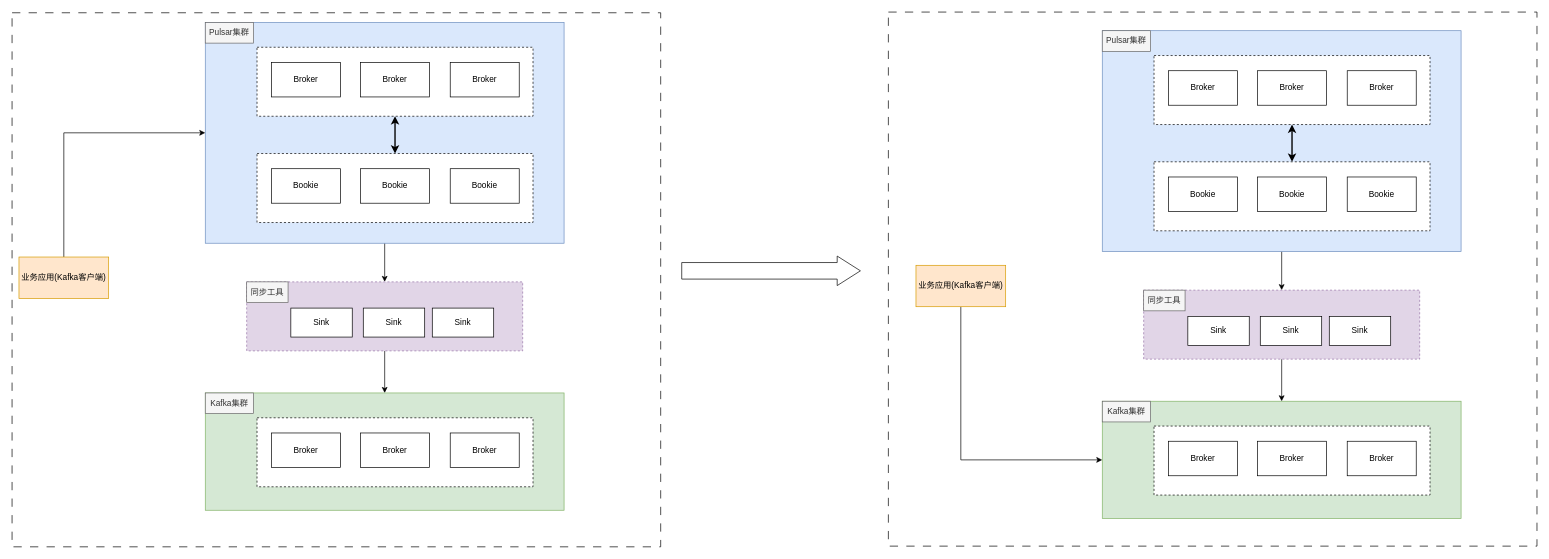
qiangyin/zipkin-server keeps this draw.io diagram as KOP集群迁移到Kafka.drawio. Above is the earlier version. Source tidied: cells renumbered, new cells numbered last; positions are measured from the earlier drawing's top-left corner, leaving out a move shared by most shapes. Both pictures are drawn from the tidied source at 69%, with x=0, y=0 at pixel (12, 12).
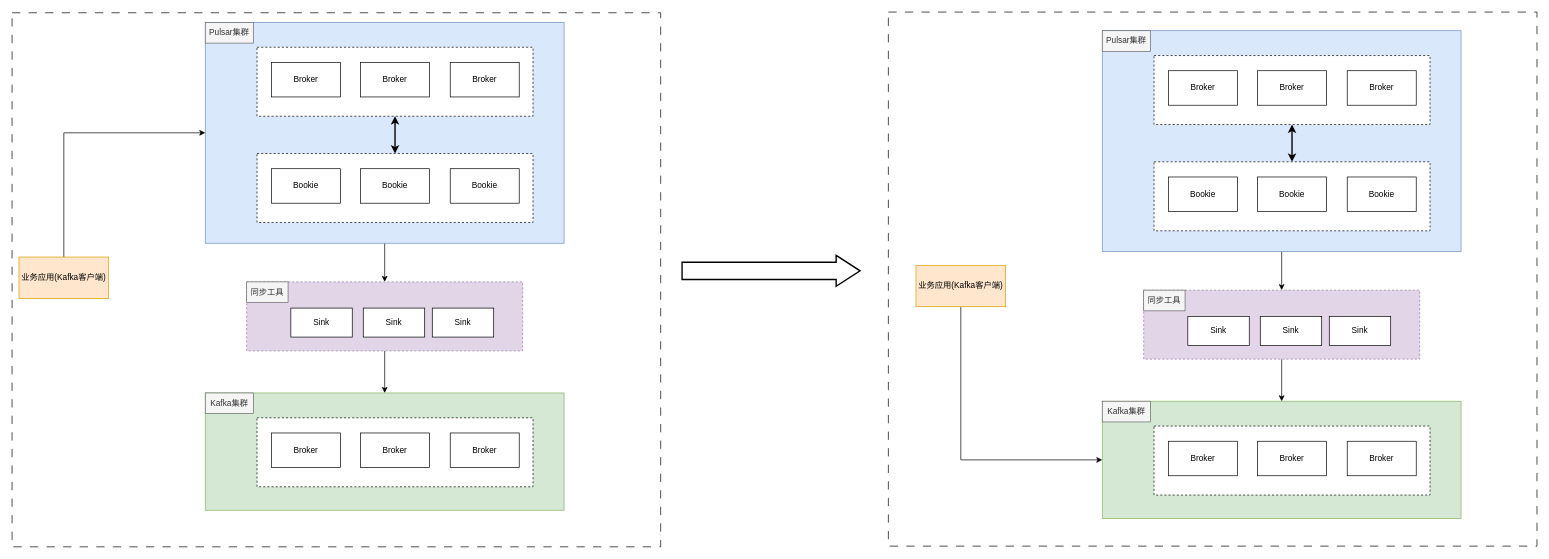
After the change.

Commit message (it also covers changes not shown here):
更新KOP集群迁移到Kafka.drawio

What changed in the source:
```diff
@@
-    <mxCell id="56" style="shape=flexArrow;endArrow=classic;html=1;rounded=0;endWidth=17.77777777777778;endSize=10.893333333333333;width=24;" parent="1" edge="1">
+    <mxCell id="56" style="shape=flexArrow;endArrow=classic;html=1;rounded=0;endWidth=17.77777777777778;endSize=10.893333333333333;width=24;strokeWidth=2;" parent="1" edge="1">
       <mxGeometry relative="1" as="geometry">
         <mxPoint x="970" y="375" as="sourcePoint" />
         <mxPoint x="1230" y="375" as="targetPoint" />
       </mxGeometry>
     </mxCell>
```
